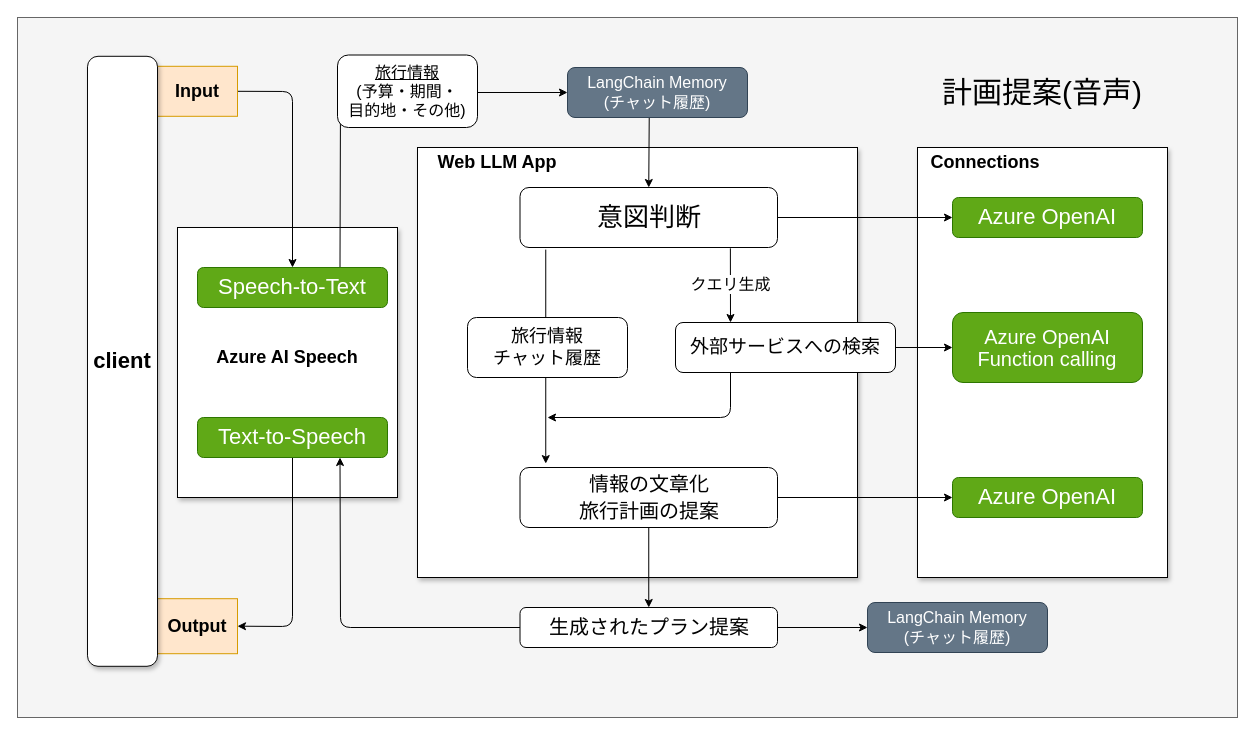
KorRyu3/TriPal keeps this draw.io diagram as page "計画提案(音声)" (1 of 3) of drawio/work-flow.drawio. Above is the earlier version. Source tidied: cells renumbered, new cells numbered last; positions are measured from the earlier drawing's top-left corner, leaving out a move shared by most shapes. Both pictures are drawn from the tidied source at 100%, with x=0, y=0 at pixel (17, 17).
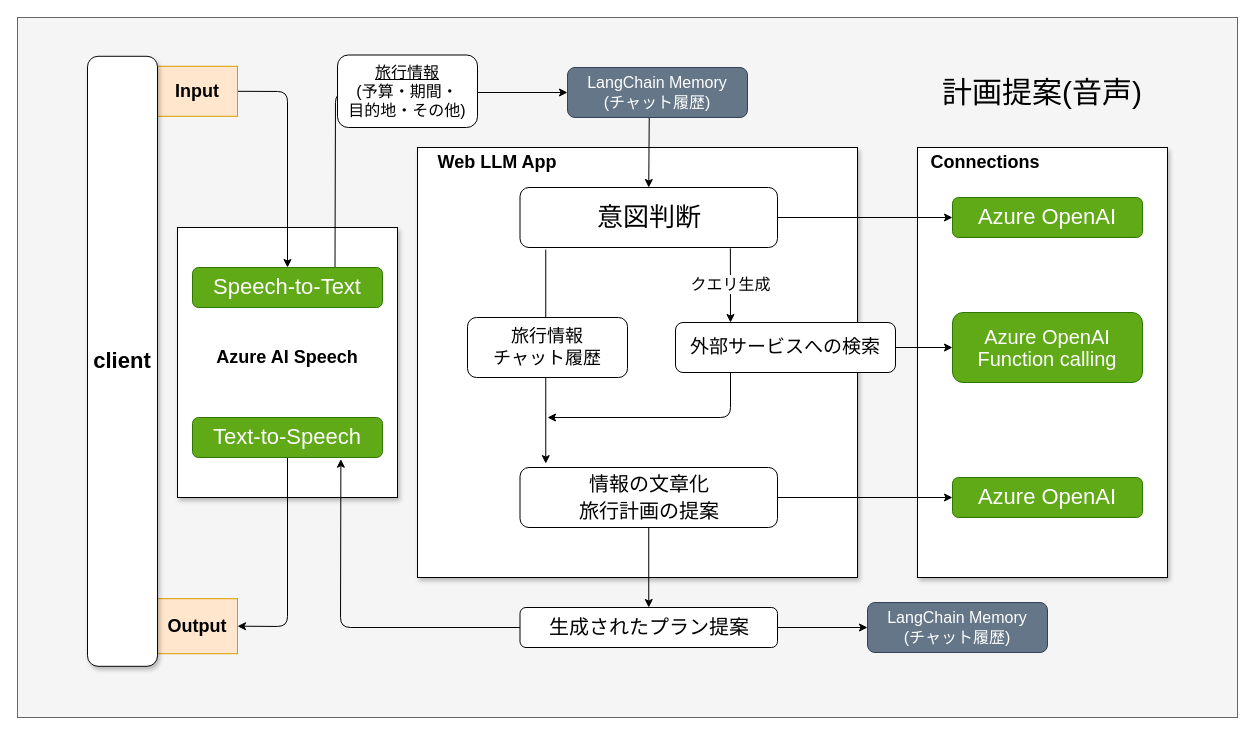
The same diagram, later.

Unchanged cells that the change refers to:
```xml
<mxCell id="25" value="&lt;font style=&quot;font-size: 20px;&quot;&gt;生成されたプラン提案&lt;br&gt;&lt;/font&gt;" style="rounded=1;whiteSpace=wrap;html=1;fontSize=22;" parent="1" vertex="1">
  <mxGeometry x="502.5" y="590" width="257.5" height="40" as="geometry" />
</mxCell>
<mxCell id="28" value="Input" style="rounded=0;whiteSpace=wrap;html=1;shadow=0;labelBorderColor=none;fontSize=18;fontStyle=1;fillColor=#ffe6cc;strokeColor=#d79b00;" parent="1" vertex="1">
  <mxGeometry x="140" y="48.8" width="80" height="50" as="geometry" />
</mxCell>
<mxCell id="29" value="Output" style="rounded=0;whiteSpace=wrap;html=1;shadow=0;labelBorderColor=none;fontSize=18;fontStyle=1;fillColor=#ffe6cc;strokeColor=#d79b00;" parent="1" vertex="1">
  <mxGeometry x="140" y="581.2" width="80" height="55" as="geometry" />
</mxCell>
<mxCell id="35" value="LangChain Memory&lt;br style=&quot;font-size: 16px;&quot;&gt;(チャット履歴)" style="rounded=1;whiteSpace=wrap;html=1;fontSize=16;fillColor=#647687;strokeColor=#314354;fontColor=#ffffff;" parent="1" vertex="1">
  <mxGeometry x="550" y="50" width="180" height="50" as="geometry" />
</mxCell>
```

What changed in the source:
```diff
@@
-    <mxCell id="24" style="edgeStyle=none;html=1;fontSize=1;entryX=0.75;entryY=1;entryDx=0;entryDy=0;" parent="1" edge="1" source="25" target="38">
+    <mxCell id="24" style="edgeStyle=none;html=1;fontSize=1;entryX=0.781;entryY=1.043;entryDx=0;entryDy=0;entryPerimeter=0;" parent="1" edge="1" source="25" target="38">
       <mxGeometry relative="1" as="geometry">
         <Array as="points">
           <mxPoint x="323" y="610" />
         </Array>
       </mxGeometry>
     </mxCell>
@@
     <mxCell id="27" style="edgeStyle=none;html=1;entryX=0.5;entryY=0;entryDx=0;entryDy=0;fontSize=20;fontColor=default;exitX=1;exitY=0.5;exitDx=0;exitDy=0;" parent="1" edge="1" source="28" target="36">
       <mxGeometry relative="1" as="geometry">
         <Array as="points">
-          <mxPoint x="275" y="74" />
+          <mxPoint x="270" y="74" />
         </Array>
       </mxGeometry>
     </mxCell>
@@
     <mxCell id="33" style="edgeStyle=none;html=1;entryX=0;entryY=0.5;entryDx=0;entryDy=0;fontSize=16;fontColor=default;exitX=0.75;exitY=0;exitDx=0;exitDy=0;" parent="1" edge="1" source="36" target="35">
       <mxGeometry relative="1" as="geometry">
         <Array as="points">
-          <mxPoint x="323" y="75" />
+          <mxPoint x="318" y="75" />
         </Array>
       </mxGeometry>
     </mxCell>
@@
     <mxCell id="36" value="&lt;p style=&quot;line-height: 10%; font-size: 22px;&quot;&gt;&lt;span style=&quot;background-color: initial; font-size: 22px;&quot;&gt;Speech-to-Text&lt;/span&gt;&lt;/p&gt;" style="rounded=1;whiteSpace=wrap;html=1;fontSize=22;fillColor=#60a917;fontColor=#ffffff;strokeColor=#2D7600;" parent="1" vertex="1">
-      <mxGeometry x="180" y="250" width="190" height="40" as="geometry" />
+      <mxGeometry x="175" y="250" width="190" height="40" as="geometry" />
     </mxCell>
     <mxCell id="37" style="edgeStyle=none;html=1;entryX=1;entryY=0.5;entryDx=0;entryDy=0;fontSize=20;fontColor=default;" parent="1" edge="1" source="38" target="29">
       <mxGeometry relative="1" as="geometry">
         <Array as="points">
-          <mxPoint x="275" y="609" />
+          <mxPoint x="270" y="609" />
         </Array>
       </mxGeometry>
     </mxCell>
     <mxCell id="38" value="&lt;p style=&quot;line-height: 10%; font-size: 22px;&quot;&gt;&lt;span style=&quot;background-color: initial; font-size: 22px;&quot;&gt;Text-to-Speech&lt;/span&gt;&lt;/p&gt;" style="rounded=1;whiteSpace=wrap;html=1;fontSize=22;fillColor=#60a917;fontColor=#ffffff;strokeColor=#2D7600;" parent="1" vertex="1">
-      <mxGeometry x="180" y="400" width="190" height="40" as="geometry" />
+      <mxGeometry x="175" y="400" width="190" height="40" as="geometry" />
     </mxCell>
```
